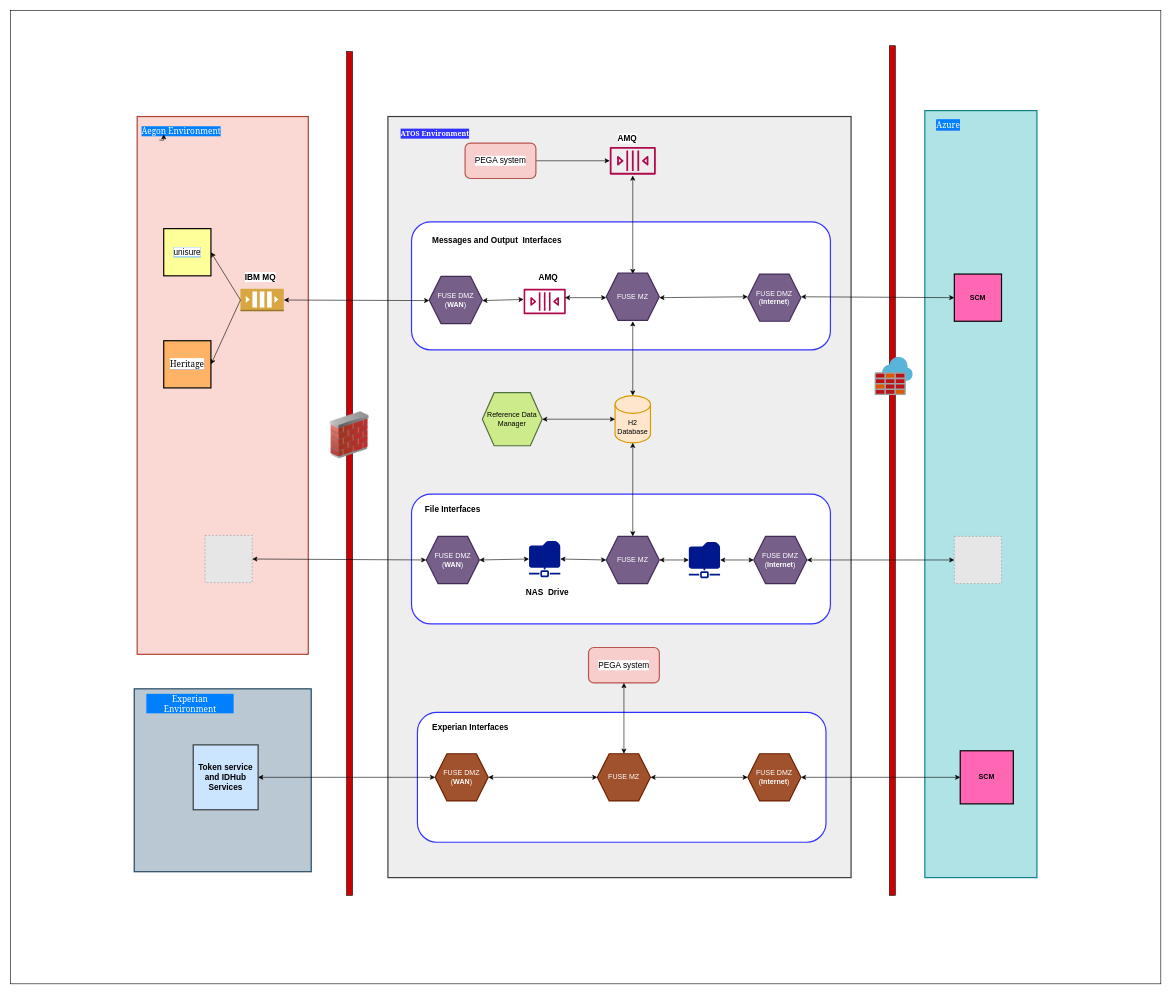
This is ISL_Fuse_SCM.drawio from rameshanm/draw_io, a draw.io file, before an edit. Source tidied: cells renumbered, new cells numbered last; positions are measured from the earlier drawing's top-left corner, leaving out a move shared by most shapes. Both pictures are drawn from the tidied source at 59%, with x=0, y=0 at pixel (10, 10). Pictures stored in the file or linked from it are replaced by grey dashed boxes.
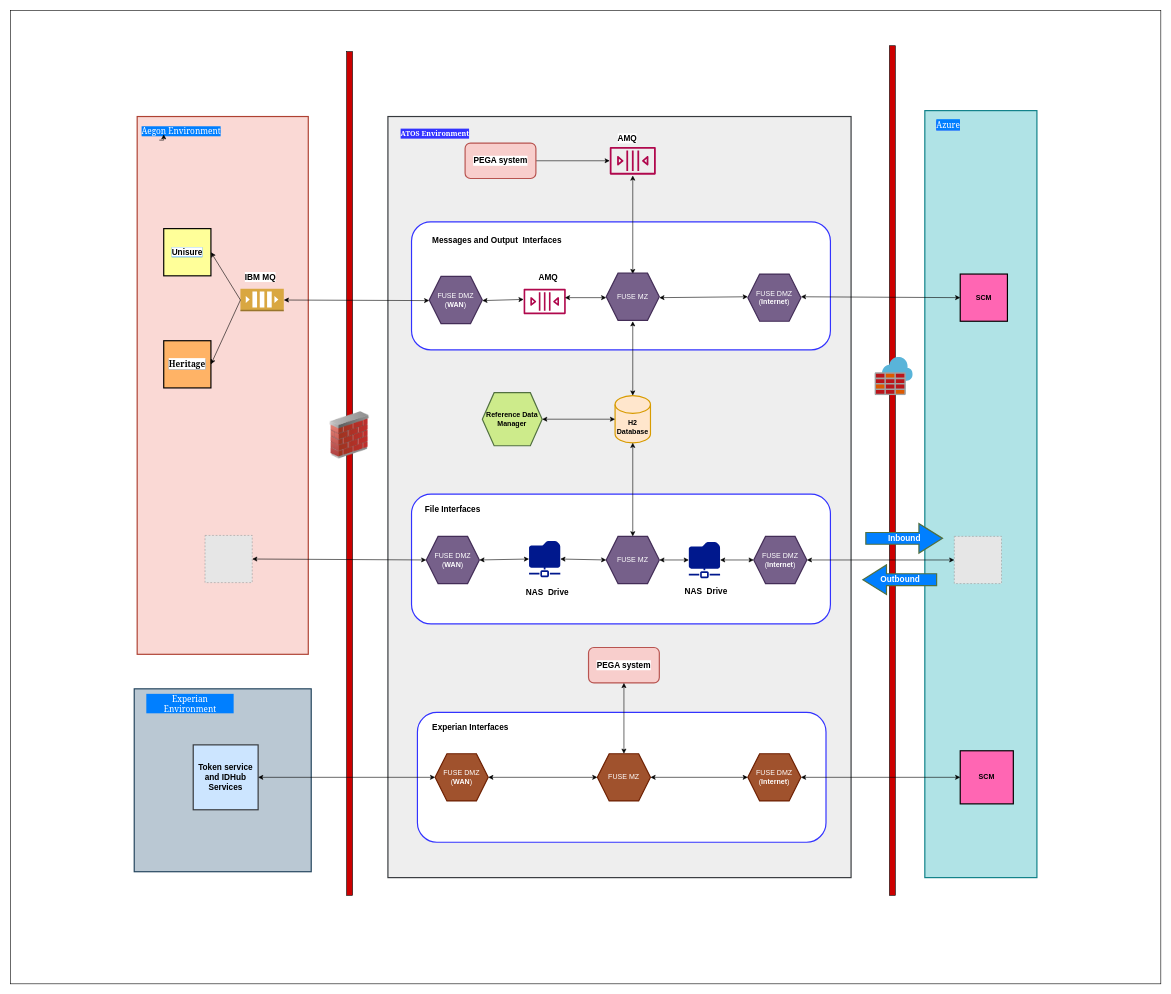
The same page after the edit.

Change to the diagram source:
```diff
@@
-    <mxCell id="6" value="Reference Data Manager" style="shape=hexagon;perimeter=hexagonPerimeter2;whiteSpace=wrap;html=1;fixedSize=1;fillColor=#cdeb8b;strokeWidth=2;strokeColor=#517040;" parent="1" vertex="1">
+    <mxCell id="6" value="&lt;b&gt;Reference Data Manager&lt;/b&gt;" style="shape=hexagon;perimeter=hexagonPerimeter2;whiteSpace=wrap;html=1;fixedSize=1;fillColor=#cdeb8b;strokeWidth=2;strokeColor=#517040;" parent="1" vertex="1">
       <mxGeometry x="800" y="648" width="101.4" height="90" as="geometry" />
     </mxCell>
-    <mxCell id="7" value="H2 Database" style="shape=cylinder3;whiteSpace=wrap;html=1;boundedLbl=1;backgroundOutline=1;size=15;fillColor=#ffe6cc;strokeColor=#d79b00;strokeWidth=2;" parent="1" vertex="1">
+    <mxCell id="7" value="&lt;b&gt;H2 Database&lt;/b&gt;" style="shape=cylinder3;whiteSpace=wrap;html=1;boundedLbl=1;backgroundOutline=1;size=15;fillColor=#ffe6cc;strokeColor=#d79b00;strokeWidth=2;" parent="1" vertex="1">
       <mxGeometry x="1025" y="653" width="60" height="80" as="geometry" />
     </mxCell>
     <mxCell id="8" value="&lt;b&gt;SCM&lt;/b&gt;" style="whiteSpace=wrap;html=1;fillColor=#FF66B3;strokeWidth=2;" parent="1" vertex="1">
-      <mxGeometry x="1600" y="447" width="80" height="80" as="geometry" />
+      <mxGeometry x="1610" y="447" width="80" height="80" as="geometry" />
     </mxCell>
@@
-    <mxCell id="16" value="&lt;font face=&quot;Helvetica&quot; style=&quot;background-color: rgb(255 , 255 , 255)&quot; color=&quot;#000000&quot;&gt;unisure&lt;/font&gt;" style="whiteSpace=wrap;html=1;labelBackgroundColor=#007FFF;fontFamily=Georgia;fontSize=14;fontColor=#FFFFFF;fillColor=#FFFF99;strokeWidth=2;" parent="1" vertex="1">
+    <mxCell id="16" value="&lt;font face=&quot;Helvetica&quot; style=&quot;background-color: rgb(255 , 255 , 255)&quot; color=&quot;#000000&quot;&gt;&lt;b&gt;Unisure&lt;/b&gt;&lt;/font&gt;" style="whiteSpace=wrap;html=1;labelBackgroundColor=#007FFF;fontFamily=Georgia;fontSize=14;fontColor=#FFFFFF;fillColor=#FFFF99;strokeWidth=2;" parent="1" vertex="1">
       <mxGeometry x="260" y="370" width="80" height="80" as="geometry" />
     </mxCell>
-    <mxCell id="17" value="&lt;font color=&quot;#000000&quot; style=&quot;background-color: rgb(255 , 255 , 255)&quot;&gt;Heritage&lt;/font&gt;" style="whiteSpace=wrap;html=1;labelBackgroundColor=#007FFF;fontFamily=Georgia;fontSize=14;fontColor=#FFFFFF;fillColor=#FFB366;strokeWidth=2;" parent="1" vertex="1">
+    <mxCell id="17" value="&lt;font color=&quot;#000000&quot; style=&quot;background-color: rgb(255 , 255 , 255)&quot;&gt;&lt;b&gt;Heritage&lt;/b&gt;&lt;/font&gt;" style="whiteSpace=wrap;html=1;labelBackgroundColor=#007FFF;fontFamily=Georgia;fontSize=14;fontColor=#FFFFFF;fillColor=#FFB366;strokeWidth=2;" parent="1" vertex="1">
       <mxGeometry x="260" y="560" width="80" height="80" as="geometry" />
     </mxCell>
@@
-    <mxCell id="24" value="PEGA system" style="rounded=1;whiteSpace=wrap;html=1;labelBackgroundColor=#FFFFFF;fontFamily=Helvetica;fontSize=14;strokeWidth=2;fillColor=#f8cecc;strokeColor=#b85450;" parent="1" vertex="1">
+    <mxCell id="24" value="&lt;b&gt;PEGA system&lt;/b&gt;" style="rounded=1;whiteSpace=wrap;html=1;labelBackgroundColor=#FFFFFF;fontFamily=Helvetica;fontSize=14;strokeWidth=2;fillColor=#f8cecc;strokeColor=#b85450;" parent="1" vertex="1">
       <mxGeometry x="770.8" y="225" width="120" height="60" as="geometry" />
     </mxCell>
@@
-    <mxCell id="73" value="PEGA system" style="rounded=1;whiteSpace=wrap;html=1;labelBackgroundColor=#FFFFFF;fontFamily=Helvetica;fontSize=14;strokeWidth=2;fillColor=#f8cecc;strokeColor=#b85450;" parent="1" vertex="1">
+    <mxCell id="73" value="&lt;b&gt;PEGA system&lt;/b&gt;" style="rounded=1;whiteSpace=wrap;html=1;labelBackgroundColor=#FFFFFF;fontFamily=Helvetica;fontSize=14;strokeWidth=2;fillColor=#f8cecc;strokeColor=#b85450;" parent="1" vertex="1">
       <mxGeometry x="980" y="1080" width="120" height="60" as="geometry" />
     </mxCell>
@@
+    <mxCell id="75" value="&lt;b&gt;&lt;font color=&quot;#ffffff&quot;&gt;Inbound&lt;/font&gt;&lt;/b&gt;" style="html=1;shadow=0;dashed=0;align=center;verticalAlign=middle;shape=mxgraph.arrows2.arrow;dy=0.6;dx=40;notch=0;labelBackgroundColor=none;fontFamily=Helvetica;fontSize=14;fontColor=#000000;strokeColor=#517040;strokeWidth=2;fillColor=#007FFF;" parent="1" vertex="1">
+      <mxGeometry x="1450" y="870" width="130" height="50" as="geometry" />
+    </mxCell>
+    <mxCell id="76" value="&lt;b&gt;&lt;font color=&quot;#ffffff&quot;&gt;Outbound&lt;/font&gt;&lt;/b&gt;" style="html=1;shadow=0;dashed=0;align=center;verticalAlign=middle;shape=mxgraph.arrows2.arrow;dy=0.6;dx=40;flipH=1;notch=0;labelBackgroundColor=none;fontFamily=Helvetica;fontSize=14;fontColor=#000000;strokeColor=#517040;strokeWidth=2;fillColor=#007FFF;" parent="1" vertex="1">
+      <mxGeometry x="1445" y="940" width="125" height="50" as="geometry" />
+    </mxCell>
+    <mxCell id="77" value="&lt;b&gt;NAS&amp;nbsp; Drive&lt;/b&gt;" style="text;html=1;strokeColor=none;fillColor=none;align=center;verticalAlign=middle;whiteSpace=wrap;rounded=0;labelBackgroundColor=#FFFFFF;fontFamily=Helvetica;fontSize=14;fontColor=#000000;" parent="1" vertex="1">
+      <mxGeometry x="1139.2" y="970" width="80.8" height="30" as="geometry" />
+    </mxCell>
```
